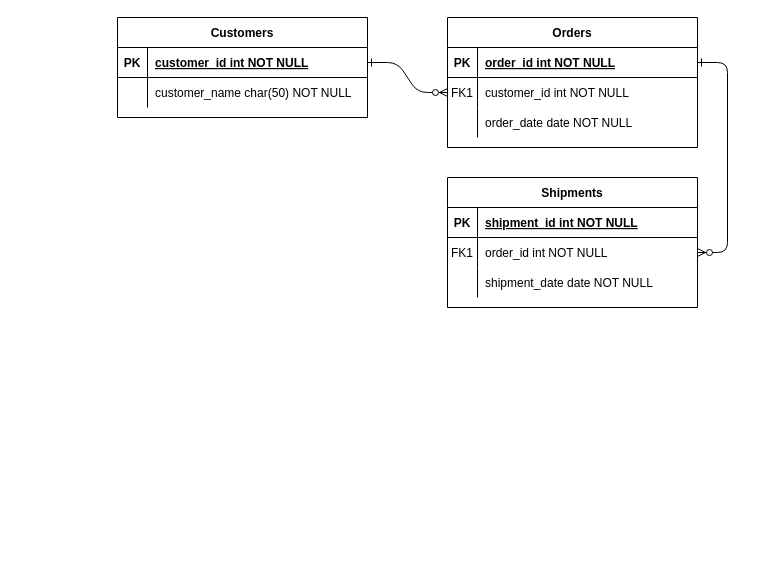
The draw.io diagram public/Diagramme sans nom.drawio in alexandre-aloesode/silver-micro, before the edit. Source tidied: cells renumbered, new cells numbered last; positions are measured from the earlier drawing's top-left corner, leaving out a move shared by most shapes. Both pictures are drawn from the tidied source at 100%, with x=0, y=0 at pixel (117, 17).
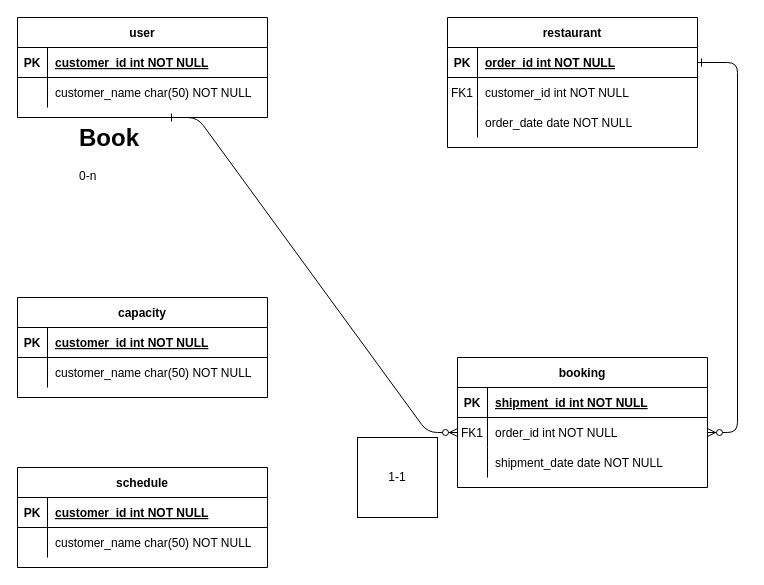
After the change.

Commit message:
Mettre à jour Diagramme sans nom.drawio

Unchanged cells that the change refers to:
```xml
<mxCell id="8" style="shape=partialRectangle;fillColor=none;points=[[0,0.5],[1,0.5]];portConstraint=eastwest;top=0;left=0;right=0;bottom=0;" parent="4" vertex="1">
  <mxGeometry y="60" width="250" height="30" as="geometry" />
</mxCell>
<mxCell id="18" style="shape=partialRectangle;fillColor=none;points=[[0,0.5],[1,0.5]];portConstraint=eastwest;top=0;left=0;right=0;bottom=0;" parent="14" vertex="1">
  <mxGeometry y="60" width="250" height="30" as="geometry" />
</mxCell>
<mxCell id="25" style="shape=partialRectangle;fillColor=none;points=[[0,0.5],[1,0.5]];portConstraint=eastwest;top=0;left=0;right=0;bottom=1;" parent="24" vertex="1">
  <mxGeometry y="30" width="250" height="30" as="geometry" />
</mxCell>
```

Diff of the diagram source:
```diff
@@
-    <mxCell id="2" style="edgeStyle=entityRelationEdgeStyle;endArrow=ERzeroToMany;startArrow=ERone;endFill=1;startFill=0;" parent="1" edge="1" source="25" target="8">
+    <mxCell id="2" style="edgeStyle=entityRelationEdgeStyle;endArrow=ERzeroToMany;startArrow=ERone;endFill=1;startFill=0;entryX=0;entryY=0.5;entryDx=0;entryDy=0;exitX=1;exitY=0;exitDx=0;exitDy=0;" parent="1" edge="1" source="32" target="18">
       <mxGeometry relative="1" as="geometry" />
     </mxCell>
@@
-    <mxCell id="4" value="Orders" style="shape=table;startSize=30;childLayout=tableLayout;rowLines=0;fontStyle=1;align=center;" parent="1" vertex="1">
+    <mxCell id="4" value="restaurant" style="shape=table;startSize=30;childLayout=tableLayout;rowLines=0;fontStyle=1;align=center;" parent="1" vertex="1">
       <mxGeometry x="330" width="250" height="130" as="geometry" />
     </mxCell>
@@
-    <mxCell id="14" value="Shipments" style="shape=table;startSize=30;childLayout=tableLayout;rowLines=0;fontStyle=1;align=center;" parent="1" vertex="1">
-      <mxGeometry x="330" y="160" width="250" height="130" as="geometry" />
+    <mxCell id="14" value="booking" style="shape=table;startSize=30;childLayout=tableLayout;rowLines=0;fontStyle=1;align=center;" parent="1" vertex="1">
+      <mxGeometry x="340" y="340" width="250" height="130" as="geometry" />
     </mxCell>
@@
-    <mxCell id="24" value="Customers" style="shape=table;startSize=30;childLayout=tableLayout;rowLines=0;fontStyle=1;align=center;" parent="1" vertex="1">
-      <mxGeometry width="250" height="100" as="geometry" />
+    <mxCell id="24" value="user" style="shape=table;startSize=30;childLayout=tableLayout;rowLines=0;fontStyle=1;align=center;" parent="1" vertex="1">
+      <mxGeometry x="-100" width="250" height="100" as="geometry" />
     </mxCell>
@@
+    <mxCell id="31" value="1-1" style="whiteSpace=wrap;html=1;" parent="1" vertex="1">
+      <mxGeometry x="240" y="420" width="80" height="80" as="geometry" />
+    </mxCell>
+    <mxCell id="32" value="&lt;h1 style=&quot;margin-top: 0px;&quot;&gt;Book&lt;/h1&gt;&lt;div&gt;0-n&lt;/div&gt;" style="text;html=1;whiteSpace=wrap;overflow=hidden;rounded=0;" parent="1" vertex="1">
+      <mxGeometry x="-40" y="100" width="90" height="70" as="geometry" />
+    </mxCell>
+    <mxCell id="33" value="capacity" style="shape=table;startSize=30;childLayout=tableLayout;rowLines=0;fontStyle=1;align=center;" parent="1" vertex="1">
+      <mxGeometry x="-100" y="280" width="250" height="100" as="geometry" />
+    </mxCell>
+    <mxCell id="34" style="shape=partialRectangle;fillColor=none;top=0;left=0;right=0;bottom=1;" parent="33" vertex="1">
+      <mxGeometry y="30" width="250" height="30" as="geometry" />
+    </mxCell>
+    <mxCell id="35" value="PK" style="shape=partialRectangle;overflow=hidden;fillColor=none;top=0;left=0;bottom=0;right=0;fontStyle=1;" parent="34" vertex="1">
+      <mxGeometry width="30" height="30" as="geometry" />
+    </mxCell>
+    <mxCell id="36" value="customer_id int NOT NULL " style="shape=partialRectangle;overflow=hidden;fillColor=none;top=0;left=0;bottom=0;right=0;align=left;spacingLeft=6;fontStyle=5;" parent="34" vertex="1">
+      <mxGeometry x="30" width="220" height="30" as="geometry" />
+    </mxCell>
+    <mxCell id="37" style="shape=partialRectangle;fillColor=none;top=0;left=0;right=0;bottom=0;" parent="33" vertex="1">
+      <mxGeometry y="60" width="250" height="30" as="geometry" />
+    </mxCell>
+    <mxCell id="38" style="shape=partialRectangle;overflow=hidden;fillColor=none;top=0;left=0;bottom=0;right=0;" parent="37" vertex="1">
+      <mxGeometry width="30" height="30" as="geometry" />
+    </mxCell>
+    <mxCell id="39" value="customer_name char(50) NOT NULL" style="shape=partialRectangle;overflow=hidden;fillColor=none;top=0;left=0;bottom=0;right=0;align=left;spacingLeft=6;" parent="37" vertex="1">
+      <mxGeometry x="30" width="220" height="30" as="geometry" />
+    </mxCell>
+    <mxCell id="40" value="schedule" style="shape=table;startSize=30;childLayout=tableLayout;rowLines=0;fontStyle=1;align=center;" parent="1" vertex="1">
+      <mxGeometry x="-100" y="450" width="250" height="100" as="geometry" />
+    </mxCell>
+    <mxCell id="41" style="shape=partialRectangle;fillColor=none;top=0;left=0;right=0;bottom=1;" parent="40" vertex="1">
+      <mxGeometry y="30" width="250" height="30" as="geometry" />
+    </mxCell>
+    <mxCell id="42" value="PK" style="shape=partialRectangle;overflow=hidden;fillColor=none;top=0;left=0;bottom=0;right=0;fontStyle=1;" parent="41" vertex="1">
+      <mxGeometry width="30" height="30" as="geometry" />
+    </mxCell>
+    <mxCell id="43" value="customer_id int NOT NULL " style="shape=partialRectangle;overflow=hidden;fillColor=none;top=0;left=0;bottom=0;right=0;align=left;spacingLeft=6;fontStyle=5;" parent="41" vertex="1">
+      <mxGeometry x="30" width="220" height="30" as="geometry" />
+    </mxCell>
+    <mxCell id="44" style="shape=partialRectangle;fillColor=none;top=0;left=0;right=0;bottom=0;" parent="40" vertex="1">
+      <mxGeometry y="60" width="250" height="30" as="geometry" />
+    </mxCell>
+    <mxCell id="45" style="shape=partialRectangle;overflow=hidden;fillColor=none;top=0;left=0;bottom=0;right=0;" parent="44" vertex="1">
+      <mxGeometry width="30" height="30" as="geometry" />
+    </mxCell>
+    <mxCell id="46" value="customer_name char(50) NOT NULL" style="shape=partialRectangle;overflow=hidden;fillColor=none;top=0;left=0;bottom=0;right=0;align=left;spacingLeft=6;" parent="44" vertex="1">
+      <mxGeometry x="30" width="220" height="30" as="geometry" />
+    </mxCell>
```
